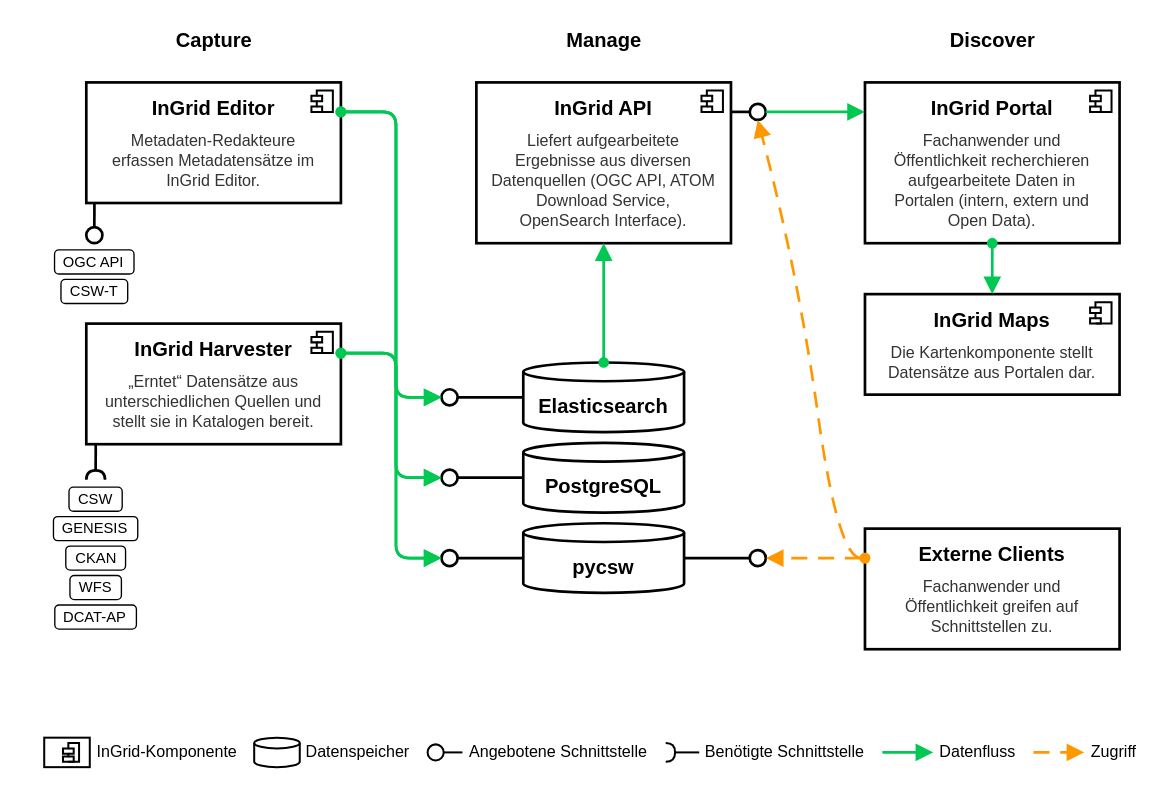
Above: docs/assets/drawio/ingrid-uebersicht.drawio in informationgrid/ingrid-oss.eu (draw.io), before the change. Source tidied: cells renumbered, new cells numbered last; positions are measured from the earlier drawing's top-left corner, leaving out a move shared by most shapes. Both pictures are drawn from the tidied source at 134%, with x=0, y=0 at pixel (44, 23).
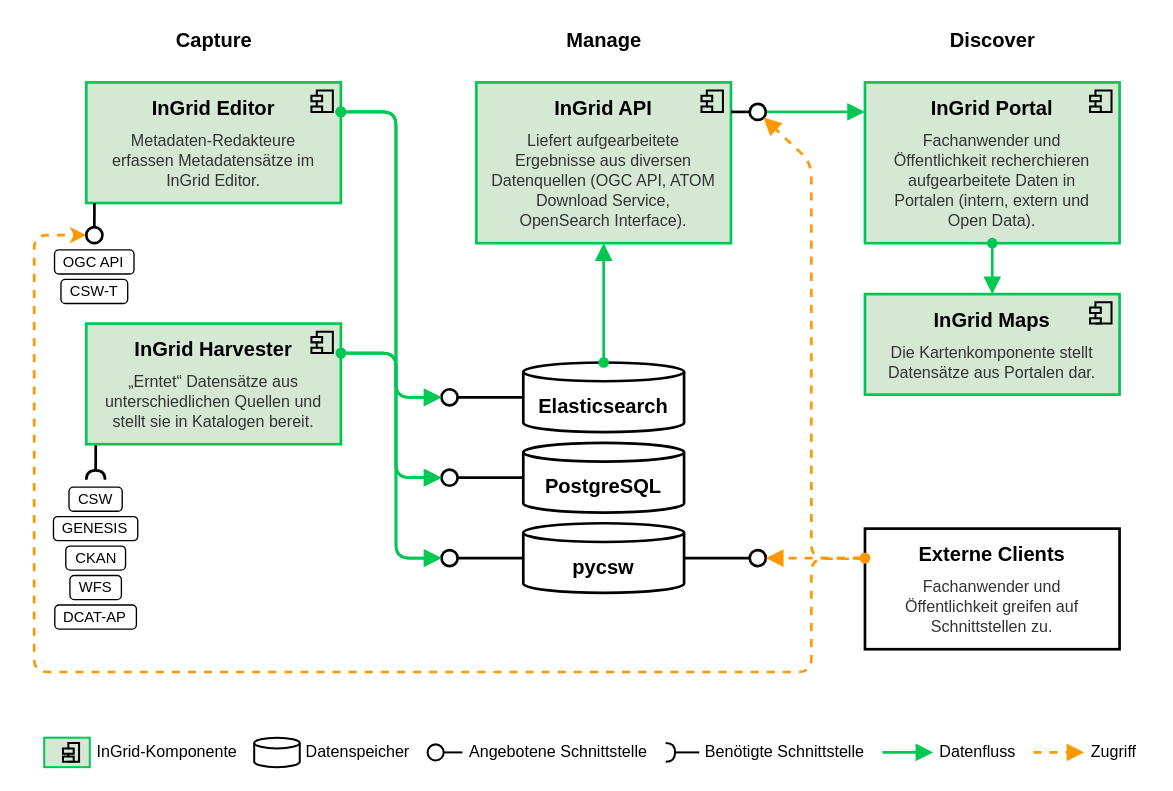
Above is the later version.

Commit message:
Update drawio for ingrid architecture

Unchanged cells that the change refers to:
```xml
<mxCell id="12" value="&lt;b style=&quot;font-size:15px&quot;&gt;Externe Clients&lt;/b&gt;&lt;div style=&quot;font-size:12px;color:#333333;margin-top:8px;line-height:1.25&quot;&gt;Fachanwender und Öffentlichkeit greifen auf Schnittstellen zu.&lt;/div&gt;" style="rounded=0;whiteSpace=wrap;html=1;verticalAlign=top;align=center;spacingTop=4;spacingLeft=10;spacingRight=10;strokeWidth=2;fillColor=none;strokeColor=#000000;fontFamily=Arial;fontColor=#000000;" parent="1" vertex="1">
  <mxGeometry x="612" y="377" width="190" height="90" as="geometry" />
</mxCell>
<mxCell id="23" style="ellipse;whiteSpace=wrap;html=1;strokeWidth=2;fillColor=none;strokeColor=#000000;" parent="1" vertex="1">
  <mxGeometry x="296" y="393" width="12" height="12" as="geometry" />
</mxCell>
<mxCell id="25" style="ellipse;whiteSpace=wrap;html=1;strokeWidth=2;fillColor=none;strokeColor=#000000;" parent="1" vertex="1">
  <mxGeometry x="526" y="393" width="12" height="12" as="geometry" />
</mxCell>
<mxCell id="27" style="ellipse;whiteSpace=wrap;html=1;strokeWidth=2;fillColor=none;strokeColor=#000000;" parent="1" vertex="1">
  <mxGeometry x="526" y="60" width="12" height="12" as="geometry" />
</mxCell>
<mxCell id="29" style="ellipse;whiteSpace=wrap;html=1;strokeWidth=2;fillColor=none;strokeColor=#000000;" parent="1" vertex="1">
  <mxGeometry x="30.9" y="152" width="12" height="12" as="geometry" />
</mxCell>
```

What changed in the source:
```diff
@@
+    <mxCell id="45" style="edgeStyle=orthogonalEdgeStyle;rounded=1;html=1;strokeWidth=2;strokeColor=#00C853;endArrow=block;endFill=1;endSize=8;startArrow=none;exitX=1;exitY=0.5;entryX=0;entryY=0.1833;" parent="1" edge="1" source="27" target="8">
+      <mxGeometry relative="1" as="geometry" />
+    </mxCell>
-    <mxCell id="2" value="&lt;b style=&quot;font-size:15px&quot;&gt;InGrid Editor&lt;/b&gt;&lt;div style=&quot;font-size: 12px; color: rgb(51, 51, 51); margin-top: 8px; line-height: 1.25;&quot;&gt;Metadaten-Redakteure erfassen Metadatensätze im InGrid Editor.&lt;/div&gt;" style="rounded=0;whiteSpace=wrap;html=1;verticalAlign=top;align=center;spacingTop=4;spacingLeft=10;spacingRight=10;strokeWidth=2;fillColor=none;strokeColor=#000000;fontFamily=Arial;fontColor=#000000;" parent="1" vertex="1">
+    <mxCell id="2" value="&lt;b style=&quot;font-size:15px&quot;&gt;InGrid Editor&lt;/b&gt;&lt;div style=&quot;font-size: 12px; color: rgb(51, 51, 51); margin-top: 8px; line-height: 1.25;&quot;&gt;Metadaten-Redakteure erfassen Metadatensätze im InGrid Editor.&lt;/div&gt;" style="rounded=0;whiteSpace=wrap;html=1;verticalAlign=top;align=center;spacingTop=4;spacingLeft=10;spacingRight=10;strokeWidth=2;fillColor=#D5E8D4;strokeColor=#00C753;fontFamily=Arial;fontColor=#000000;" parent="1" vertex="1">
       <mxGeometry x="30.9" y="44" width="190" height="90" as="geometry" />
     </mxCell>
@@
-    <mxCell id="4" value="&lt;b style=&quot;font-size:15px&quot;&gt;InGrid Harvester&lt;/b&gt;&lt;div style=&quot;font-size: 12px; color: rgb(51, 51, 51); margin-top: 8px; line-height: 1.25;&quot;&gt;„Erntet“ Datensätze aus unterschiedlichen Quellen und stellt sie in Katalogen bereit.&lt;/div&gt;" style="rounded=0;whiteSpace=wrap;html=1;verticalAlign=top;align=center;spacingTop=4;spacingLeft=10;spacingRight=10;strokeWidth=2;fillColor=none;strokeColor=#000000;fontFamily=Arial;fontColor=#000000;" parent="1" vertex="1">
-      <mxGeometry x="30.9" y="224" width="190" height="90" as="geometry" />
-    </mxCell>
-    <mxCell id="5" style="shape=module;jettyWidth=8;jettyHeight=4;strokeWidth=1.5;fillColor=none;strokeColor=#000000;" parent="4" vertex="1">
-      <mxGeometry x="168" y="6" width="16" height="16" as="geometry" />
-    </mxCell>
-    <mxCell id="6" value="&lt;b style=&quot;font-size:15px&quot;&gt;InGrid API&lt;/b&gt;&lt;div style=&quot;font-size:12px;color:#333333;margin-top:8px;line-height:1.25&quot;&gt;Liefert aufgearbeitete Ergebnisse aus diversen Datenquellen (OGC API, ATOM Download Service, OpenSearch Interface).&lt;/div&gt;" style="rounded=0;whiteSpace=wrap;html=1;verticalAlign=top;align=center;spacingTop=4;spacingLeft=10;spacingRight=10;strokeWidth=2;fillColor=none;strokeColor=#000000;fontFamily=Arial;fontColor=#000000;" parent="1" vertex="1">
+    <mxCell id="6" value="&lt;b style=&quot;font-size:15px&quot;&gt;InGrid API&lt;/b&gt;&lt;div style=&quot;font-size:12px;color:#333333;margin-top:8px;line-height:1.25&quot;&gt;Liefert aufgearbeitete Ergebnisse aus diversen Datenquellen (OGC API, ATOM Download Service, OpenSearch Interface).&lt;/div&gt;" style="rounded=0;whiteSpace=wrap;html=1;verticalAlign=top;align=center;spacingTop=4;spacingLeft=10;spacingRight=10;strokeWidth=2;fillColor=#D5E8D4;strokeColor=#00C753;fontFamily=Arial;fontColor=#000000;" parent="1" vertex="1">
       <mxGeometry x="322" y="44" width="190" height="120" as="geometry" />
     </mxCell>
@@
-    <mxCell id="8" value="&lt;b style=&quot;font-size:15px&quot;&gt;InGrid Portal&lt;/b&gt;&lt;div style=&quot;font-size: 12px; color: rgb(51, 51, 51); margin-top: 8px; line-height: 1.25;&quot;&gt;Fachanwender und Öffentlichkeit recherchieren aufgearbeitete Daten in Portalen (intern, extern und Open Data).&lt;/div&gt;" style="rounded=0;whiteSpace=wrap;html=1;verticalAlign=top;align=center;spacingTop=4;spacingLeft=10;spacingRight=10;strokeWidth=2;fillColor=none;strokeColor=#000000;fontFamily=Arial;fontColor=#000000;" parent="1" vertex="1">
+    <mxCell id="8" value="&lt;b style=&quot;font-size:15px&quot;&gt;InGrid Portal&lt;/b&gt;&lt;div style=&quot;font-size: 12px; color: rgb(51, 51, 51); margin-top: 8px; line-height: 1.25;&quot;&gt;Fachanwender und Öffentlichkeit recherchieren aufgearbeitete Daten in Portalen (intern, extern und Open Data).&lt;/div&gt;" style="rounded=0;whiteSpace=wrap;html=1;verticalAlign=top;align=center;spacingTop=4;spacingLeft=10;spacingRight=10;strokeWidth=2;fillColor=#D5E8D4;strokeColor=#00C753;fontFamily=Arial;fontColor=#000000;" parent="1" vertex="1">
       <mxGeometry x="612" y="44" width="190" height="120" as="geometry" />
     </mxCell>
@@
-    <mxCell id="10" value="&lt;b style=&quot;font-size:15px&quot;&gt;InGrid Maps&lt;/b&gt;&lt;div style=&quot;font-size:12px;color:#333333;margin-top:8px;line-height:1.25&quot;&gt;Die Kartenkomponente stellt Datensätze aus Portalen dar.&lt;/div&gt;" style="rounded=0;whiteSpace=wrap;html=1;verticalAlign=top;align=center;spacingTop=4;spacingLeft=10;spacingRight=10;strokeWidth=2;fillColor=none;strokeColor=#000000;fontFamily=Arial;fontColor=#000000;" parent="1" vertex="1">
+    <mxCell id="10" value="&lt;b style=&quot;font-size:15px&quot;&gt;InGrid Maps&lt;/b&gt;&lt;div style=&quot;font-size:12px;color:#333333;margin-top:8px;line-height:1.25&quot;&gt;Die Kartenkomponente stellt Datensätze aus Portalen dar.&lt;/div&gt;" style="rounded=0;whiteSpace=wrap;html=1;verticalAlign=top;align=center;spacingTop=4;spacingLeft=10;spacingRight=10;strokeWidth=2;fillColor=#D5E8D4;strokeColor=#00C753;fontFamily=Arial;fontColor=#000000;" parent="1" vertex="1">
       <mxGeometry x="612" y="202" width="190" height="75" as="geometry" />
     </mxCell>
@@
+    <mxCell id="66" style="edgeStyle=none;html=1;entryX=0;entryY=0.5;entryDx=0;entryDy=0;exitX=0;exitY=0.25;exitDx=0;exitDy=0;dashed=1;strokeWidth=2;strokeColor=light-dark(#ff9800, #ededed);" parent="1" edge="1" source="12" target="29">
+      <mxGeometry x="0.11" relative="1" as="geometry">
+        <Array as="points">
+          <mxPoint x="572" y="399.5" />
+          <mxPoint x="572" y="484" />
+          <mxPoint x="-8" y="484" />
+          <mxPoint x="-8" y="158" />
+        </Array>
+      </mxGeometry>
+    </mxCell>
@@
-    <mxCell id="43" style="edgeStyle=orthogonalEdgeStyle;rounded=1;html=1;strokeWidth=2;strokeColor=#00C853;endArrow=block;endFill=1;endSize=8;startArrow=oval;startFill=1;startSize=6;exitX=1;exitY=0.2444;entryX=0;entryY=0.5;" parent="1" edge="1" source="4" target="23">
-      <mxGeometry relative="1" as="geometry">
-        <Array as="points">
-          <mxPoint x="262" y="246" />
-          <mxPoint x="262" y="399" />
-        </Array>
-      </mxGeometry>
-    </mxCell>
@@
-    <mxCell id="45" style="edgeStyle=orthogonalEdgeStyle;rounded=1;html=1;strokeWidth=2;strokeColor=#00C853;endArrow=block;endFill=1;endSize=8;startArrow=none;exitX=1;exitY=0.5;entryX=0;entryY=0.1833;" parent="1" edge="1" source="27" target="8">
-      <mxGeometry relative="1" as="geometry" />
-    </mxCell>
@@
-    <mxCell id="47" style="html=1;strokeWidth=2;strokeColor=#FF9800;dashed=1;dashPattern=6 4;endArrow=block;endFill=1;endSize=8;startArrow=oval;startFill=1;startSize=6;exitX=0;exitY=0.2444;entryX=1;entryY=0.5;" parent="1" edge="1" source="12" target="25">
+    <mxCell id="47" style="html=1;strokeWidth=2;strokeColor=#FF9800;dashed=1;endArrow=block;endFill=1;endSize=8;startArrow=oval;startFill=1;startSize=6;exitX=0;exitY=0.2444;entryX=1;entryY=0.5;" parent="1" edge="1" source="12" target="25">
       <mxGeometry relative="1" as="geometry" />
     </mxCell>
-    <mxCell id="48" style="html=1;strokeWidth=2;strokeColor=#FF9800;dashed=1;dashPattern=6 4;endArrow=block;endFill=1;endSize=8;startArrow=oval;startFill=1;startSize=6;curved=1;exitX=0;exitY=0.2444;entryX=0.5;entryY=1;" parent="1" edge="1" source="12" target="27">
-      <mxGeometry relative="1" as="geometry">
+    <mxCell id="48" style="html=1;strokeWidth=2;strokeColor=#FF9800;dashed=1;endArrow=block;endFill=1;endSize=8;startArrow=oval;startFill=1;startSize=6;curved=0;exitX=0;exitY=0.2444;entryX=1;entryY=1;rounded=1;entryDx=0;entryDy=0;" parent="1" edge="1" source="12" target="27">
+      <mxGeometry x="0.06" relative="1" as="geometry">
         <Array as="points">
-          <mxPoint x="592" y="399" />
-          <mxPoint x="562" y="186" />
+          <mxPoint x="572" y="399" />
+          <mxPoint x="572" y="214" />
+          <mxPoint x="572" y="104" />
         </Array>
       </mxGeometry>
     </mxCell>
-    <mxCell id="49" style="rounded=0;whiteSpace=wrap;html=1;verticalAlign=top;align=center;spacingTop=4;spacingLeft=10;spacingRight=10;strokeWidth=1.5;fillColor=none;strokeColor=#000000;fontFamily=Arial;fontColor=#000000;" parent="1" vertex="1">
+    <mxCell id="49" style="rounded=0;whiteSpace=wrap;html=1;verticalAlign=top;align=center;spacingTop=4;spacingLeft=10;spacingRight=10;strokeWidth=1.5;fillColor=#d5e8d4;strokeColor=#00C753;fontFamily=Arial;" parent="1" vertex="1">
       <mxGeometry x="-0.5" y="533" width="34" height="22" as="geometry" />
     </mxCell>
-    <mxCell id="50" style="shape=module;jettyWidth=8;jettyHeight=4;strokeWidth=1.5;fillColor=#FFFFFF;strokeColor=#000000;" parent="49" vertex="1">
+    <mxCell id="50" style="shape=module;jettyWidth=8;jettyHeight=4;strokeWidth=1.5;fillColor=none;strokeColor=#000000;" parent="49" vertex="1">
       <mxGeometry x="14" y="4" width="12" height="14" as="geometry" />
     </mxCell>
@@
-    <mxCell id="62" style="html=1;strokeWidth=2;strokeColor=#FF9800;dashed=1;dashPattern=6 4;endArrow=block;endFill=1;endSize=8;startArrow=none;" parent="1" edge="1">
+    <mxCell id="62" style="html=1;strokeWidth=2;strokeColor=#FF9800;dashed=1;endArrow=block;endFill=1;endSize=8;startArrow=none;" parent="1" edge="1">
       <mxGeometry relative="1" as="geometry">
         <mxPoint x="737.7" y="544" as="sourcePoint" />
         <mxPoint x="775.7" y="544" as="targetPoint" />
       </mxGeometry>
     </mxCell>
@@
+    <mxCell id="4" value="&lt;b style=&quot;font-size:15px&quot;&gt;InGrid Harvester&lt;/b&gt;&lt;div style=&quot;font-size: 12px; color: rgb(51, 51, 51); margin-top: 8px; line-height: 1.25;&quot;&gt;„Erntet“ Datensätze aus unterschiedlichen Quellen und stellt sie in Katalogen bereit.&lt;/div&gt;" style="rounded=0;whiteSpace=wrap;html=1;verticalAlign=top;align=center;spacingTop=4;spacingLeft=10;spacingRight=10;strokeWidth=2;fillColor=#D5E8D4;strokeColor=#00C753;fontFamily=Arial;fontColor=#000000;" parent="1" vertex="1">
+      <mxGeometry x="30.9" y="224" width="190" height="90" as="geometry" />
+    </mxCell>
+    <mxCell id="5" style="shape=module;jettyWidth=8;jettyHeight=4;strokeWidth=1.5;fillColor=none;strokeColor=#000000;" parent="4" vertex="1">
+      <mxGeometry x="168" y="6" width="16" height="16" as="geometry" />
+    </mxCell>
+    <mxCell id="43" style="edgeStyle=orthogonalEdgeStyle;rounded=1;html=1;strokeWidth=2;strokeColor=#00C853;endArrow=block;endFill=1;endSize=8;startArrow=oval;startFill=1;startSize=6;exitX=1;exitY=0.2444;entryX=0;entryY=0.5;" parent="1" edge="1" source="4" target="23">
+      <mxGeometry relative="1" as="geometry">
+        <Array as="points">
+          <mxPoint x="262" y="246" />
+          <mxPoint x="262" y="399" />
+        </Array>
+      </mxGeometry>
+    </mxCell>
```
